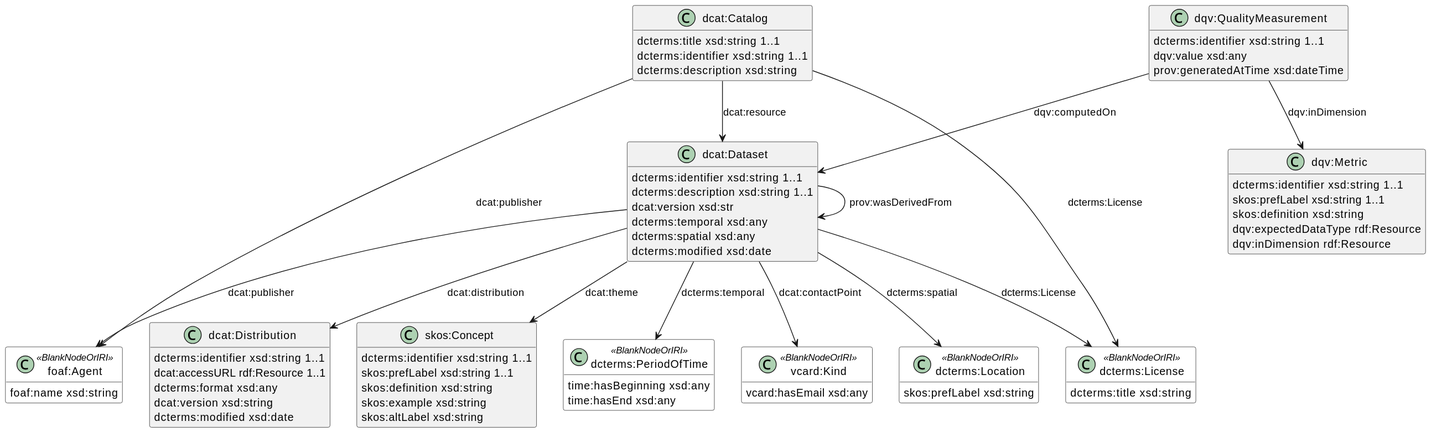
Before: out/documentation/datamodel/datamodel.svg, a diagram exported from PlantUML (ines-tools/SimpleMDDataCatalog).
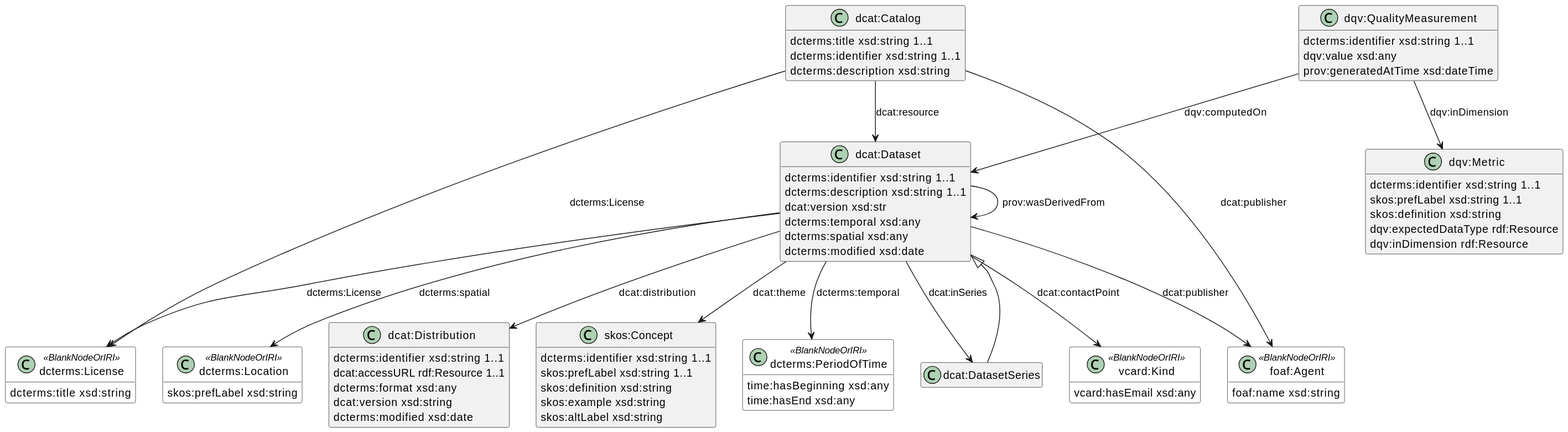
The same diagram one commit later.

The edit, as a diff of the source:
```diff
@@ -12,6 +12,8 @@
     dcterms:spatial xsd:any
     dcterms:modified xsd:date
 }
+
+class "dcat:DatasetSeries" as series
 
 class "dcat:Catalog" as catalog{
     dcterms:title xsd:string 1..1
@@ -83,6 +85,10 @@
 dataset -->periodoftime : "dcterms:temporal"
 dataset --> location : "dcterms:spatial"
 
+dataset <|-- series
+
+dataset --> series : "dcat:inSeries"
+
 qualitymeasurement --> dataset : "dqv:computedOn"
 qualitymeasurement --> metric : "dqv:inDimension"
 
```
